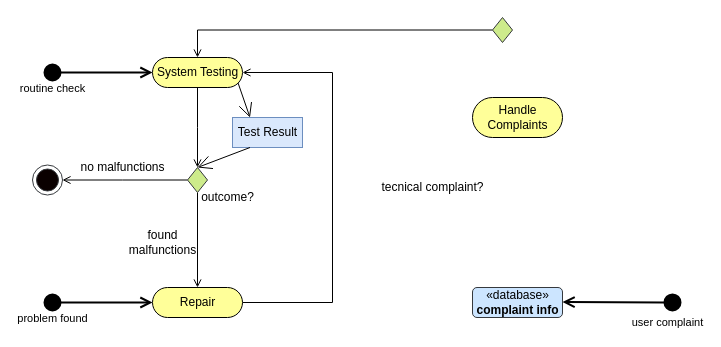
Earlier version of the draw.io diagram page "Support Activity" (2 of 2) of test Diagram.drawio (Itaybarbar/myProject). Source tidied: cells renumbered, new cells numbered last; positions are measured from the earlier drawing's top-left corner, leaving out a move shared by most shapes. Both pictures are drawn from the tidied source at 100%, with x=0, y=0 at pixel (32, 17).
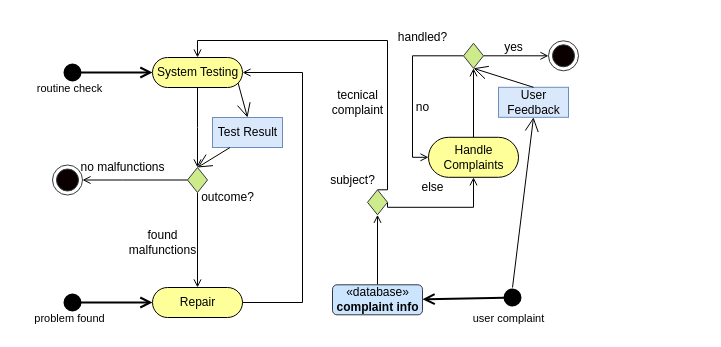
Above is the later version.

Unchanged cells that the change refers to:
```xml
<mxCell id="10" value="System Testing" style="html=1;dashed=0;whitespace=wrap;shape=mxgraph.dfd.start;shadow=0;glass=0;labelBackgroundColor=#FFFF99;sketch=0;strokeWidth=1;fillColor=#FFFF99;" parent="1" vertex="1">
  <mxGeometry x="120" y="40" width="90" height="30" as="geometry" />
</mxCell>
<mxCell id="17" value="Repair" style="html=1;dashed=0;whitespace=wrap;shape=mxgraph.dfd.start;shadow=0;glass=0;labelBackgroundColor=#FFFF99;sketch=0;strokeWidth=1;fillColor=#FFFF99;" parent="1" vertex="1">
  <mxGeometry x="120" y="270" width="90" height="30" as="geometry" />
</mxCell>
```

Diff of the diagram source:
```diff
@@
     <mxCell id="2" style="html=1;verticalAlign=bottom;startArrow=circle;startFill=10;endArrow=open;startSize=6;endSize=8;rounded=0;strokeWidth=2;entryX=0;entryY=0.5;entryDx=0;entryDy=0;entryPerimeter=0;" parent="1" edge="1" target="10">
       <mxGeometry x="-0.75" y="-30" relative="1" as="geometry">
-        <mxPoint x="10" y="55" as="sourcePoint" />
+        <mxPoint x="30" y="55" as="sourcePoint" />
       </mxGeometry>
     </mxCell>
@@
     <mxCell id="4" style="html=1;verticalAlign=bottom;startArrow=circle;startFill=10;endArrow=open;startSize=6;endSize=8;rounded=0;strokeWidth=2;entryX=0;entryY=0.5;entryDx=0;entryDy=0;entryPerimeter=0;" parent="1" edge="1" target="17">
       <mxGeometry x="-0.75" y="-30" relative="1" as="geometry">
-        <mxPoint x="10" y="285" as="sourcePoint" />
+        <mxPoint x="30" y="285" as="sourcePoint" />
       </mxGeometry>
     </mxCell>
@@
     <mxCell id="6" style="html=1;verticalAlign=bottom;startArrow=circle;startFill=10;endArrow=open;startSize=6;endSize=8;rounded=0;strokeWidth=2;" parent="1" edge="1">
       <mxGeometry x="-0.75" y="-30" relative="1" as="geometry">
-        <mxPoint x="650" y="285" as="sourcePoint" />
-        <mxPoint x="530" y="284.5" as="targetPoint" />
+        <mxPoint x="490" y="279.8" as="sourcePoint" />
+        <mxPoint x="390" y="281.8" as="targetPoint" />
       </mxGeometry>
     </mxCell>
@@
+    <mxCell id="27" style="edgeStyle=orthogonalEdgeStyle;rounded=0;jumpSize=5;jettySize=auto;html=1;exitX=0.5;exitY=0;exitDx=0;exitDy=0;startArrow=none;startFill=0;endArrow=open;endFill=0;sourcePerimeterSpacing=16;strokeWidth=1;entryX=0.5;entryY=1;entryDx=0;entryDy=0;entryPerimeter=0;" parent="1" edge="1" source="8" target="25">
+      <mxGeometry relative="1" as="geometry" />
+    </mxCell>
     <mxCell id="8" value="«database»&lt;br&gt;&lt;b&gt;complaint info&lt;/b&gt;" style="html=1;labelBackgroundColor=none;strokeColor=#36393d;strokeWidth=1;fillColor=#cce5ff;gradientDirection=north;rounded=1;" parent="1" vertex="1">
-      <mxGeometry x="440" y="270" width="90" height="30" as="geometry" />
+      <mxGeometry x="300" y="267.3" width="90" height="30" as="geometry" />
     </mxCell>
@@
     <mxCell id="11" value="Test Result" style="html=1;rounded=0;labelBackgroundColor=none;strokeColor=#6c8ebf;strokeWidth=1;fillColor=#dae8fc;gradientDirection=north;" parent="1" vertex="1">
-      <mxGeometry x="200" y="100" width="70" height="30" as="geometry" />
+      <mxGeometry x="180" y="100" width="70" height="30" as="geometry" />
     </mxCell>
@@
     <mxCell id="16" style="edgeStyle=orthogonalEdgeStyle;rounded=0;jumpSize=5;jettySize=auto;html=1;exitX=1;exitY=0.5;exitDx=0;exitDy=0;exitPerimeter=0;entryX=1;entryY=0.5;entryDx=0;entryDy=0;entryPerimeter=0;startArrow=none;startFill=0;endArrow=open;endFill=0;sourcePerimeterSpacing=16;strokeWidth=1;" parent="1" edge="1" source="17" target="10">
       <mxGeometry relative="1" as="geometry">
         <Array as="points">
-          <mxPoint x="300" y="285" />
-          <mxPoint x="300" y="55" />
+          <mxPoint x="270" y="285" />
+          <mxPoint x="270" y="55" />
         </Array>
       </mxGeometry>
     </mxCell>
@@
     <mxCell id="18" style="ellipse;html=1;shape=endState;fillColor=#0A0000;strokeColor=#36393d;gradientDirection=north;gradientColor=none;perimeterSpacing=0;strokeWidth=1;" parent="1" vertex="1">
-      <mxGeometry y="147.5" width="30" height="30" as="geometry" />
+      <mxGeometry x="20" y="147.5" width="30" height="30" as="geometry" />
     </mxCell>
@@
-    <mxCell id="21" style="endArrow=open;endFill=1;endSize=12;html=1;rounded=0;sourcePerimeterSpacing=16;strokeWidth=1;jumpSize=5;exitX=0;exitY=0;exitDx=85.605;exitDy=25.604999999999997;exitPerimeter=0;entryX=0.25;entryY=0;entryDx=0;entryDy=0;" parent="1" edge="1" source="10" target="11">
+    <mxCell id="21" style="endArrow=open;endFill=1;endSize=12;html=1;rounded=0;sourcePerimeterSpacing=16;strokeWidth=1;jumpSize=5;exitX=0;exitY=0;exitDx=85.605;exitDy=25.604999999999997;exitPerimeter=0;entryX=0.5;entryY=0;entryDx=0;entryDy=0;" parent="1" edge="1" source="10" target="11">
       <mxGeometry relative="1" as="geometry" />
     </mxCell>
@@
+    <mxCell id="28" style="edgeStyle=orthogonalEdgeStyle;rounded=0;jumpSize=5;jettySize=auto;html=1;exitX=0.5;exitY=0.5;exitDx=0;exitDy=-20;exitPerimeter=0;startArrow=none;startFill=0;endArrow=open;endFill=0;sourcePerimeterSpacing=16;strokeWidth=1;entryX=0.5;entryY=1;entryDx=0;entryDy=0;entryPerimeter=0;" parent="1" edge="1" source="23" target="34">
+      <mxGeometry relative="1" as="geometry" />
+    </mxCell>
     <mxCell id="23" value="Handle &lt;br&gt;Complaints" style="html=1;dashed=0;whitespace=wrap;shape=mxgraph.dfd.start;shadow=0;glass=0;labelBackgroundColor=#FFFF99;sketch=0;strokeWidth=1;fillColor=#FFFF99;" parent="1" vertex="1">
-      <mxGeometry x="440" y="80" width="90" height="40" as="geometry" />
+      <mxGeometry x="396" y="119.8" width="90" height="40" as="geometry" />
     </mxCell>
-    <mxCell id="24" style="edgeStyle=orthogonalEdgeStyle;rounded=0;jumpSize=5;jettySize=auto;html=1;exitX=0;exitY=0.5;exitDx=0;exitDy=0;exitPerimeter=0;startArrow=none;startFill=0;endArrow=open;endFill=0;sourcePerimeterSpacing=16;strokeWidth=1;entryX=0.5;entryY=0.5;entryDx=0;entryDy=-15;entryPerimeter=0;" parent="1" edge="1" source="25" target="10">
-      <mxGeometry relative="1" as="geometry" />
+    <mxCell id="24" style="edgeStyle=orthogonalEdgeStyle;rounded=0;jumpSize=5;jettySize=auto;html=1;exitX=0.5;exitY=0;exitDx=0;exitDy=0;exitPerimeter=0;startArrow=none;startFill=0;endArrow=open;endFill=0;sourcePerimeterSpacing=16;strokeWidth=1;entryX=0.5;entryY=0.5;entryDx=0;entryDy=-15;entryPerimeter=0;" parent="1" edge="1" source="25" target="10">
+      <mxGeometry relative="1" as="geometry">
+        <Array as="points">
+          <mxPoint x="355" y="23" />
+          <mxPoint x="165" y="23" />
+        </Array>
+      </mxGeometry>
     </mxCell>
+    <mxCell id="29" style="edgeStyle=orthogonalEdgeStyle;rounded=0;jumpSize=5;jettySize=auto;html=1;exitX=1;exitY=0.5;exitDx=0;exitDy=0;exitPerimeter=0;entryX=0.5;entryY=0.5;entryDx=0;entryDy=20;entryPerimeter=0;startArrow=none;startFill=0;endArrow=open;endFill=0;sourcePerimeterSpacing=16;strokeWidth=1;" parent="1" edge="1" source="25" target="23">
+      <mxGeometry relative="1" as="geometry">
+        <Array as="points">
+          <mxPoint x="355" y="189.8" />
+          <mxPoint x="441" y="189.8" />
+        </Array>
+      </mxGeometry>
+    </mxCell>
     <mxCell id="25" style="strokeWidth=1;html=1;shape=mxgraph.flowchart.decision;whiteSpace=wrap;fillColor=#cdeb8b;strokeColor=#36393d;" parent="1" vertex="1">
-      <mxGeometry x="460" width="20" height="25" as="geometry" />
+      <mxGeometry x="335" y="172.3" width="20" height="25" as="geometry" />
     </mxCell>
-    <mxCell id="26" value="tecnical complaint?" style="text;html=1;align=center;verticalAlign=middle;strokeColor=none;fillColor=none;" parent="1" vertex="1">
-      <mxGeometry x="340" y="160" width="120" height="20" as="geometry" />
+    <mxCell id="26" value="tecnical &lt;br&gt;complaint" style="text;html=1;align=center;verticalAlign=middle;strokeColor=none;fillColor=none;" parent="1" vertex="1">
+      <mxGeometry x="290" y="70" width="70" height="30" as="geometry" />
     </mxCell>
+    <mxCell id="30" value="subject?" style="text;html=1;align=center;verticalAlign=middle;strokeColor=none;fillColor=none;" parent="1" vertex="1">
+      <mxGeometry x="290" y="152.5" width="60" height="20" as="geometry" />
+    </mxCell>
+    <mxCell id="31" value="User &lt;br&gt;Feedback" style="html=1;rounded=0;labelBackgroundColor=none;strokeColor=#6c8ebf;strokeWidth=1;fillColor=#dae8fc;gradientDirection=north;" parent="1" vertex="1">
+      <mxGeometry x="466" y="69.8" width="70" height="30" as="geometry" />
+    </mxCell>
+    <mxCell id="32" style="edgeStyle=orthogonalEdgeStyle;rounded=0;jumpSize=5;jettySize=auto;html=1;exitX=0;exitY=0.5;exitDx=0;exitDy=0;exitPerimeter=0;entryX=0;entryY=0.5;entryDx=0;entryDy=0;entryPerimeter=0;startArrow=none;startFill=0;endArrow=open;endFill=0;sourcePerimeterSpacing=16;strokeWidth=1;" parent="1" edge="1" source="34" target="23">
+      <mxGeometry relative="1" as="geometry">
+        <Array as="points">
+          <mxPoint x="380" y="38.8" />
+          <mxPoint x="380" y="139.8" />
+        </Array>
+      </mxGeometry>
+    </mxCell>
+    <mxCell id="33" style="edgeStyle=orthogonalEdgeStyle;rounded=0;jumpSize=5;jettySize=auto;html=1;exitX=1;exitY=0.5;exitDx=0;exitDy=0;exitPerimeter=0;startArrow=none;startFill=0;endArrow=open;endFill=0;sourcePerimeterSpacing=16;strokeWidth=1;entryX=0;entryY=0.5;entryDx=0;entryDy=0;" parent="1" edge="1" source="34" target="39">
+      <mxGeometry relative="1" as="geometry">
+        <Array as="points">
+          <mxPoint x="516" y="38.8" />
+        </Array>
+      </mxGeometry>
+    </mxCell>
+    <mxCell id="34" style="strokeWidth=1;html=1;shape=mxgraph.flowchart.decision;whiteSpace=wrap;fillColor=#cdeb8b;strokeColor=#36393d;" parent="1" vertex="1">
+      <mxGeometry x="431" y="25.8" width="20" height="25" as="geometry" />
+    </mxCell>
+    <mxCell id="35" style="endArrow=open;endFill=1;endSize=12;html=1;rounded=0;sourcePerimeterSpacing=16;strokeWidth=1;jumpSize=5;entryX=0.5;entryY=1;entryDx=0;entryDy=0;" parent="1" edge="1" target="31">
+      <mxGeometry relative="1" as="geometry">
+        <mxPoint x="480" y="270" as="sourcePoint" />
+      </mxGeometry>
+    </mxCell>
+    <mxCell id="36" value="else" style="text;html=1;align=center;verticalAlign=middle;strokeColor=none;fillColor=none;" parent="1" vertex="1">
+      <mxGeometry x="380" y="159.8" width="40" height="20" as="geometry" />
+    </mxCell>
+    <mxCell id="37" value="handled?" style="text;html=1;align=center;verticalAlign=middle;strokeColor=none;fillColor=none;" parent="1" vertex="1">
+      <mxGeometry x="360" y="9.8" width="60" height="20" as="geometry" />
+    </mxCell>
+    <mxCell id="38" value="no" style="text;html=1;align=center;verticalAlign=middle;strokeColor=none;fillColor=none;" parent="1" vertex="1">
+      <mxGeometry x="375" y="79.8" width="30" height="20" as="geometry" />
+    </mxCell>
+    <mxCell id="39" style="ellipse;html=1;shape=endState;fillColor=#0A0000;strokeColor=#36393d;gradientDirection=north;gradientColor=none;perimeterSpacing=0;strokeWidth=1;" parent="1" vertex="1">
+      <mxGeometry x="516" y="23.3" width="30" height="30" as="geometry" />
+    </mxCell>
+    <mxCell id="40" value="yes" style="text;html=1;align=center;verticalAlign=middle;strokeColor=none;fillColor=none;" parent="1" vertex="1">
+      <mxGeometry x="466" y="19.8" width="30" height="20" as="geometry" />
+    </mxCell>
+    <mxCell id="41" style="endArrow=open;endFill=1;endSize=12;html=1;rounded=0;sourcePerimeterSpacing=16;strokeWidth=1;jumpSize=5;entryX=0.5;entryY=1;entryDx=0;entryDy=0;entryPerimeter=0;exitX=0.5;exitY=0;exitDx=0;exitDy=0;" parent="1" edge="1" source="31" target="34">
+      <mxGeometry relative="1" as="geometry" />
+    </mxCell>
```
